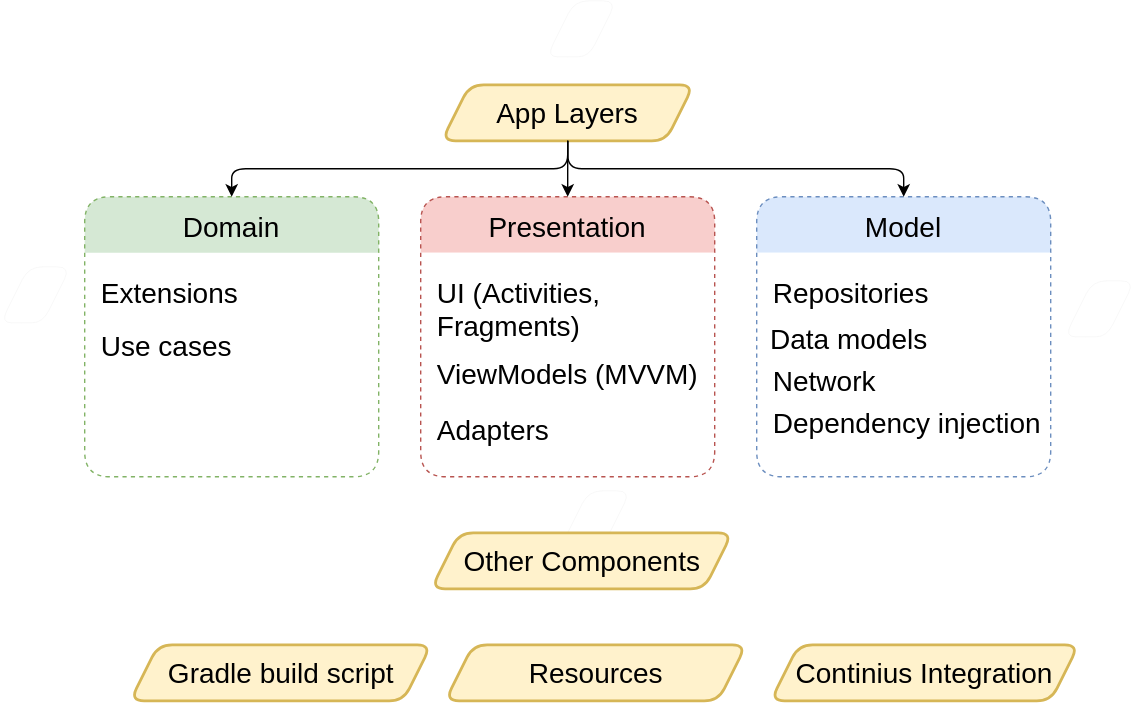
Earlier version of the draw.io export assets/layers.drawio.svg (AlbatovK/KQuiz). Source tidied: cells renumbered, new cells last; positions are measured from the earlier drawing's top-left corner, leaving out a move shared by most shapes. Its diagram source:
```xml
<mxGraphModel>
  <root>
    <mxCell id="0" />
    <mxCell id="1" parent="0" />
    <mxCell id="2" value="Domain" style="swimlane;fillStyle=solid;strokeWidth=1;fillColor=#d5e8d4;startSize=40;strokeColor=#82b366;swimlaneFillColor=none;dashed=1;fontSize=20;fontStyle=0;rounded=1;shadow=0;glass=0;swimlaneLine=0;" parent="1" vertex="1">
      <mxGeometry x="60" y="140" width="210" height="200" as="geometry" />
    </mxCell>
    <mxCell id="3" value="Extensions" style="text;html=1;strokeColor=none;fillColor=none;align=left;verticalAlign=top;whiteSpace=wrap;rounded=0;dashed=1;fillStyle=solid;fontSize=20;" parent="2" vertex="1">
      <mxGeometry x="10" y="50" width="110" height="30" as="geometry" />
    </mxCell>
    <mxCell id="4" value="Use cases" style="text;html=1;strokeColor=none;fillColor=none;align=left;verticalAlign=top;whiteSpace=wrap;rounded=0;dashed=1;fillStyle=solid;fontSize=20;labelPosition=center;verticalLabelPosition=middle;spacing=0;" parent="2" vertex="1">
      <mxGeometry x="12" y="90" width="110" height="30" as="geometry" />
    </mxCell>
    <mxCell id="5" value="Presentation" style="swimlane;fillStyle=solid;strokeWidth=1;fillColor=#f8cecc;startSize=40;strokeColor=#b85450;swimlaneFillColor=default;dashed=1;fontSize=20;fontStyle=0;swimlaneLine=0;sketch=0;rounded=1;" parent="1" vertex="1">
      <mxGeometry x="300" y="140" width="210" height="200" as="geometry" />
    </mxCell>
    <mxCell id="6" value="UI (Activities, Fragments)" style="text;html=1;strokeColor=none;fillColor=none;align=left;verticalAlign=top;whiteSpace=wrap;rounded=0;dashed=1;fillStyle=solid;fontSize=20;" parent="5" vertex="1">
      <mxGeometry x="10" y="50" width="190" height="60" as="geometry" />
    </mxCell>
    <mxCell id="7" value="ViewModels (MVVM)" style="text;html=1;strokeColor=none;fillColor=none;align=left;verticalAlign=top;whiteSpace=wrap;rounded=0;dashed=1;fillStyle=solid;fontSize=20;labelPosition=center;verticalLabelPosition=middle;spacing=0;" parent="5" vertex="1">
      <mxGeometry x="12" y="110" width="188" height="30" as="geometry" />
    </mxCell>
    <mxCell id="8" value="Adapters" style="text;html=1;strokeColor=none;fillColor=none;align=left;verticalAlign=top;whiteSpace=wrap;rounded=0;dashed=1;fillStyle=solid;fontSize=20;labelPosition=center;verticalLabelPosition=middle;spacing=0;" parent="5" vertex="1">
      <mxGeometry x="12" y="150" width="110" height="30" as="geometry" />
    </mxCell>
    <mxCell id="9" value="Model" style="swimlane;fillStyle=solid;strokeWidth=1;fillColor=#dae8fc;startSize=40;strokeColor=#6c8ebf;swimlaneFillColor=default;dashed=1;fontSize=20;fontStyle=0;swimlaneLine=0;sketch=0;rounded=1;" parent="1" vertex="1">
      <mxGeometry x="540" y="140" width="210" height="200" as="geometry" />
    </mxCell>
    <mxCell id="10" value="Repositories" style="text;html=1;strokeColor=none;fillColor=none;align=left;verticalAlign=top;whiteSpace=wrap;rounded=0;dashed=1;fillStyle=solid;fontSize=20;" parent="9" vertex="1">
      <mxGeometry x="10" y="50" width="190" height="60" as="geometry" />
    </mxCell>
    <mxCell id="11" value="Data models" style="text;html=1;strokeColor=none;fillColor=none;align=left;verticalAlign=top;whiteSpace=wrap;rounded=0;dashed=1;fillStyle=solid;fontSize=20;labelPosition=center;verticalLabelPosition=middle;spacing=0;" parent="9" vertex="1">
      <mxGeometry x="10" y="85" width="190" height="30" as="geometry" />
    </mxCell>
    <mxCell id="12" value="Network" style="text;html=1;strokeColor=none;fillColor=none;align=left;verticalAlign=top;whiteSpace=wrap;rounded=0;dashed=1;fillStyle=solid;fontSize=20;labelPosition=center;verticalLabelPosition=middle;spacing=0;" parent="9" vertex="1">
      <mxGeometry x="12" y="115" width="110" height="30" as="geometry" />
    </mxCell>
    <mxCell id="13" value="Dependency injection" style="text;html=1;strokeColor=none;fillColor=none;align=left;verticalAlign=top;whiteSpace=wrap;rounded=0;dashed=1;fillStyle=solid;fontSize=20;labelPosition=center;verticalLabelPosition=middle;spacing=0;" parent="9" vertex="1">
      <mxGeometry x="12" y="145" width="198" height="30" as="geometry" />
    </mxCell>
    <mxCell id="14" value="App Layers" style="shape=parallelogram;perimeter=parallelogramPerimeter;whiteSpace=wrap;html=1;fixedSize=1;rounded=1;shadow=0;glass=0;sketch=0;fillStyle=solid;fontSize=20;strokeColor=#d6b656;strokeWidth=2;fillColor=#fff2cc;" parent="1" vertex="1">
      <mxGeometry x="315" y="60" width="180" height="40" as="geometry" />
    </mxCell>
    <mxCell id="15" style="endArrow=classic;html=1;rounded=1;fontSize=20;exitX=0.5;exitY=1;exitDx=0;exitDy=0;entryX=0.5;entryY=0;entryDx=0;entryDy=0;" parent="1" edge="1" source="14" target="2">
      <mxGeometry relative="1" as="geometry">
        <Array as="points">
          <mxPoint x="405" y="120" />
          <mxPoint x="250" y="120" />
          <mxPoint x="165" y="120" />
        </Array>
      </mxGeometry>
    </mxCell>
    <mxCell id="16" style="endArrow=classic;html=1;rounded=1;fontSize=20;exitX=0.5;exitY=1;exitDx=0;exitDy=0;entryX=0.5;entryY=0;entryDx=0;entryDy=0;" parent="1" edge="1" source="14" target="9">
      <mxGeometry relative="1" as="geometry">
        <Array as="points">
          <mxPoint x="405" y="120" />
          <mxPoint x="645" y="120" />
        </Array>
      </mxGeometry>
    </mxCell>
    <mxCell id="17" style="endArrow=classic;html=1;rounded=1;fontSize=20;exitX=0.5;exitY=1;exitDx=0;exitDy=0;entryX=0.5;entryY=0;entryDx=0;entryDy=0;" parent="1" edge="1" source="14" target="5">
      <mxGeometry relative="1" as="geometry" />
    </mxCell>
    <mxCell id="18" style="shape=parallelogram;perimeter=parallelogramPerimeter;whiteSpace=wrap;html=1;fixedSize=1;rounded=1;shadow=0;glass=0;sketch=0;fillStyle=solid;fontSize=20;strokeColor=#CCCCCC;strokeWidth=0;fillColor=default;gradientColor=none;" parent="1" vertex="1">
      <mxGeometry y="190" width="50" height="40" as="geometry" />
    </mxCell>
    <mxCell id="19" style="shape=parallelogram;perimeter=parallelogramPerimeter;whiteSpace=wrap;html=1;fixedSize=1;rounded=1;shadow=0;glass=0;sketch=0;fillStyle=solid;fontSize=20;strokeColor=#CCCCCC;strokeWidth=0;fillColor=default;gradientColor=none;" parent="1" vertex="1">
      <mxGeometry x="760" y="200" width="50" height="40" as="geometry" />
    </mxCell>
    <mxCell id="20" style="shape=parallelogram;perimeter=parallelogramPerimeter;whiteSpace=wrap;html=1;fixedSize=1;rounded=1;shadow=0;glass=0;sketch=0;fillStyle=solid;fontSize=20;strokeColor=#CCCCCC;strokeWidth=0;fillColor=default;gradientColor=none;" parent="1" vertex="1">
      <mxGeometry x="400" y="350" width="50" height="40" as="geometry" />
    </mxCell>
    <mxCell id="21" style="shape=parallelogram;perimeter=parallelogramPerimeter;whiteSpace=wrap;html=1;fixedSize=1;rounded=1;shadow=0;glass=0;sketch=0;fillStyle=solid;fontSize=20;strokeColor=#CCCCCC;strokeWidth=0;fillColor=default;gradientColor=none;" parent="1" vertex="1">
      <mxGeometry x="390" width="50" height="40" as="geometry" />
    </mxCell>
    <mxCell id="22" value="Other Components" style="shape=parallelogram;perimeter=parallelogramPerimeter;whiteSpace=wrap;html=1;fixedSize=1;rounded=1;shadow=0;glass=0;sketch=0;fillStyle=solid;fontSize=20;strokeColor=#d6b656;strokeWidth=2;fillColor=#fff2cc;" parent="1" vertex="1">
      <mxGeometry x="307.5" y="380" width="215" height="40" as="geometry" />
    </mxCell>
    <mxCell id="23" value="Gradle build script&lt;span style=&quot;color: rgba(0 , 0 , 0 , 0) ; font-family: monospace ; font-size: 0px&quot;&gt;%3CmxGraphModel%3E%3Croot%3E%3CmxCell%20id%3D%220%22%2F%3E%3CmxCell%20id%3D%221%22%20parent%3D%220%22%2F%3E%3CmxCell%20id%3D%222%22%20value%3D%22Other%20Components%22%20style%3D%22shape%3Dparallelogram%3Bperimeter%3DparallelogramPerimeter%3BwhiteSpace%3Dwrap%3Bhtml%3D1%3BfixedSize%3D1%3Brounded%3D1%3Bshadow%3D0%3Bglass%3D0%3Bsketch%3D0%3BfillStyle%3Dsolid%3BfontSize%3D20%3BstrokeColor%3D%23d6b656%3BstrokeWidth%3D2%3BfillColor%3D%23fff2cc%3B%22%20vertex%3D%221%22%20parent%3D%221%22%3E%3CmxGeometry%20x%3D%22257.5%22%20y%3D%22310%22%20width%3D%22215%22%20height%3D%2240%22%20as%3D%22geometry%22%2F%3E%3C%2FmxCell%3E%3C%2Froot%3E%3C%2FmxGraphModel%3E&lt;/span&gt;&lt;span style=&quot;color: rgba(0 , 0 , 0 , 0) ; font-family: monospace ; font-size: 0px&quot;&gt;%3CmxGraphModel%3E%3Croot%3E%3CmxCell%20id%3D%220%22%2F%3E%3CmxCell%20id%3D%221%22%20parent%3D%220%22%2F%3E%3CmxCell%20id%3D%222%22%20value%3D%22Other%20Components%22%20style%3D%22shape%3Dparallelogram%3Bperimeter%3DparallelogramPerimeter%3BwhiteSpace%3Dwrap%3Bhtml%3D1%3BfixedSize%3D1%3Brounded%3D1%3Bshadow%3D0%3Bglass%3D0%3Bsketch%3D0%3BfillStyle%3Dsolid%3BfontSize%3D20%3BstrokeColor%3D%23d6b656%3BstrokeWidth%3D2%3BfillColor%3D%23fff2cc%3B%22%20vertex%3D%221%22%20parent%3D%221%22%3E%3CmxGeometry%20x%3D%22257.5%22%20y%3D%22310%22%20width%3D%22215%22%20height%3D%2240%22%20as%3D%22geometry%22%2F%3E%3C%2FmxCell%3E%3C%2Froot%3E%3C%2FmxGraphModel%3E&lt;/span&gt;" style="shape=parallelogram;perimeter=parallelogramPerimeter;whiteSpace=wrap;html=1;fixedSize=1;rounded=1;shadow=0;glass=0;sketch=0;fillStyle=solid;fontSize=20;strokeColor=#d6b656;strokeWidth=2;fillColor=#fff2cc;" parent="1" vertex="1">
      <mxGeometry x="92.5" y="460" width="215" height="40" as="geometry" />
    </mxCell>
    <mxCell id="24" value="Resources" style="shape=parallelogram;perimeter=parallelogramPerimeter;whiteSpace=wrap;html=1;fixedSize=1;rounded=1;shadow=0;glass=0;sketch=0;fillStyle=solid;fontSize=20;strokeColor=#d6b656;strokeWidth=2;fillColor=#fff2cc;" parent="1" vertex="1">
      <mxGeometry x="317.5" y="460" width="215" height="40" as="geometry" />
    </mxCell>
    <mxCell id="25" value="Continius Integration" style="shape=parallelogram;perimeter=parallelogramPerimeter;whiteSpace=wrap;html=1;fixedSize=1;rounded=1;shadow=0;glass=0;sketch=0;fillStyle=solid;fontSize=20;strokeColor=#d6b656;strokeWidth=2;fillColor=#fff2cc;" parent="1" vertex="1">
      <mxGeometry x="550" y="460" width="220" height="40" as="geometry" />
    </mxCell>
  </root>
</mxGraphModel>
```
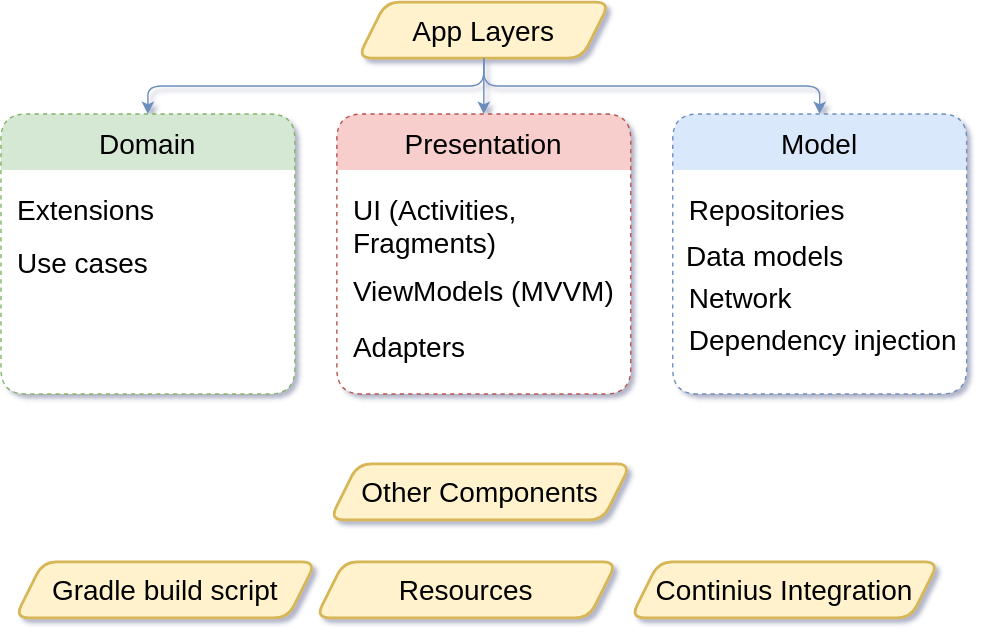
The same diagram one commit later.

Commit message:
:art: Assets fix # 5

Diff of the diagram source:
```diff
@@ -1,8 +1,8 @@
-<mxGraphModel>
+<mxGraphModel shadow="1">
   <root>
     <mxCell id="0" />
     <mxCell id="1" parent="0" />
-    <mxCell id="2" value="Domain" style="swimlane;fillStyle=solid;strokeWidth=1;fillColor=#d5e8d4;startSize=40;strokeColor=#82b366;swimlaneFillColor=none;dashed=1;fontSize=20;fontStyle=0;rounded=1;shadow=0;glass=0;swimlaneLine=0;" parent="1" vertex="1">
+    <mxCell id="2" value="Domain" style="swimlane;fillStyle=solid;strokeWidth=1;fillColor=#d5e8d4;startSize=40;strokeColor=#82b366;swimlaneFillColor=default;dashed=1;fontSize=20;fontStyle=0;rounded=1;shadow=0;glass=0;swimlaneLine=0;" parent="1" vertex="1">
       <mxGeometry x="60" y="140" width="210" height="200" as="geometry" />
     </mxCell>
     <mxCell id="3" value="Extensions" style="text;html=1;strokeColor=none;fillColor=none;align=left;verticalAlign=top;whiteSpace=wrap;rounded=0;dashed=1;fillStyle=solid;fontSize=20;" parent="2" vertex="1">
@@ -41,7 +41,7 @@
     <mxCell id="14" value="App Layers" style="shape=parallelogram;perimeter=parallelogramPerimeter;whiteSpace=wrap;html=1;fixedSize=1;rounded=1;shadow=0;glass=0;sketch=0;fillStyle=solid;fontSize=20;strokeColor=#d6b656;strokeWidth=2;fillColor=#fff2cc;" parent="1" vertex="1">
       <mxGeometry x="315" y="60" width="180" height="40" as="geometry" />
     </mxCell>
-    <mxCell id="15" style="endArrow=classic;html=1;rounded=1;fontSize=20;exitX=0.5;exitY=1;exitDx=0;exitDy=0;entryX=0.5;entryY=0;entryDx=0;entryDy=0;" parent="1" edge="1" source="14" target="2">
+    <mxCell id="15" style="endArrow=classic;html=1;rounded=1;fontSize=20;exitX=0.5;exitY=1;exitDx=0;exitDy=0;entryX=0.5;entryY=0;entryDx=0;entryDy=0;fillColor=#dae8fc;strokeColor=#6c8ebf;" parent="1" edge="1" source="14" target="2">
       <mxGeometry relative="1" as="geometry">
         <Array as="points">
           <mxPoint x="405" y="120" />
@@ -50,7 +50,7 @@
         </Array>
       </mxGeometry>
     </mxCell>
-    <mxCell id="16" style="endArrow=classic;html=1;rounded=1;fontSize=20;exitX=0.5;exitY=1;exitDx=0;exitDy=0;entryX=0.5;entryY=0;entryDx=0;entryDy=0;" parent="1" edge="1" source="14" target="9">
+    <mxCell id="16" style="endArrow=classic;html=1;rounded=1;fontSize=20;exitX=0.5;exitY=1;exitDx=0;exitDy=0;entryX=0.5;entryY=0;entryDx=0;entryDy=0;fillColor=#dae8fc;strokeColor=#6c8ebf;" parent="1" edge="1" source="14" target="9">
       <mxGeometry relative="1" as="geometry">
         <Array as="points">
           <mxPoint x="405" y="120" />
@@ -58,32 +58,20 @@
         </Array>
       </mxGeometry>
     </mxCell>
-    <mxCell id="17" style="endArrow=classic;html=1;rounded=1;fontSize=20;exitX=0.5;exitY=1;exitDx=0;exitDy=0;entryX=0.5;entryY=0;entryDx=0;entryDy=0;" parent="1" edge="1" source="14" target="5">
+    <mxCell id="17" style="endArrow=classic;html=1;rounded=1;fontSize=20;exitX=0.5;exitY=1;exitDx=0;exitDy=0;entryX=0.5;entryY=0;entryDx=0;entryDy=0;fillColor=#dae8fc;strokeColor=#6c8ebf;" parent="1" edge="1" source="14" target="5">
       <mxGeometry relative="1" as="geometry" />
     </mxCell>
-    <mxCell id="18" style="shape=parallelogram;perimeter=parallelogramPerimeter;whiteSpace=wrap;html=1;fixedSize=1;rounded=1;shadow=0;glass=0;sketch=0;fillStyle=solid;fontSize=20;strokeColor=#CCCCCC;strokeWidth=0;fillColor=default;gradientColor=none;" parent="1" vertex="1">
-      <mxGeometry y="190" width="50" height="40" as="geometry" />
-    </mxCell>
-    <mxCell id="19" style="shape=parallelogram;perimeter=parallelogramPerimeter;whiteSpace=wrap;html=1;fixedSize=1;rounded=1;shadow=0;glass=0;sketch=0;fillStyle=solid;fontSize=20;strokeColor=#CCCCCC;strokeWidth=0;fillColor=default;gradientColor=none;" parent="1" vertex="1">
-      <mxGeometry x="760" y="200" width="50" height="40" as="geometry" />
-    </mxCell>
-    <mxCell id="20" style="shape=parallelogram;perimeter=parallelogramPerimeter;whiteSpace=wrap;html=1;fixedSize=1;rounded=1;shadow=0;glass=0;sketch=0;fillStyle=solid;fontSize=20;strokeColor=#CCCCCC;strokeWidth=0;fillColor=default;gradientColor=none;" parent="1" vertex="1">
-      <mxGeometry x="400" y="350" width="50" height="40" as="geometry" />
-    </mxCell>
-    <mxCell id="21" style="shape=parallelogram;perimeter=parallelogramPerimeter;whiteSpace=wrap;html=1;fixedSize=1;rounded=1;shadow=0;glass=0;sketch=0;fillStyle=solid;fontSize=20;strokeColor=#CCCCCC;strokeWidth=0;fillColor=default;gradientColor=none;" parent="1" vertex="1">
-      <mxGeometry x="390" width="50" height="40" as="geometry" />
-    </mxCell>
     <mxCell id="22" value="Other Components" style="shape=parallelogram;perimeter=parallelogramPerimeter;whiteSpace=wrap;html=1;fixedSize=1;rounded=1;shadow=0;glass=0;sketch=0;fillStyle=solid;fontSize=20;strokeColor=#d6b656;strokeWidth=2;fillColor=#fff2cc;" parent="1" vertex="1">
-      <mxGeometry x="307.5" y="380" width="215" height="40" as="geometry" />
+      <mxGeometry x="295" y="390" width="215" height="40" as="geometry" />
     </mxCell>
     <mxCell id="23" value="Gradle build script&lt;span style=&quot;color: rgba(0 , 0 , 0 , 0) ; font-family: monospace ; font-size: 0px&quot;&gt;%3CmxGraphModel%3E%3Croot%3E%3CmxCell%20id%3D%220%22%2F%3E%3CmxCell%20id%3D%221%22%20parent%3D%220%22%2F%3E%3CmxCell%20id%3D%222%22%20value%3D%22Other%20Components%22%20style%3D%22shape%3Dparallelogram%3Bperimeter%3DparallelogramPerimeter%3BwhiteSpace%3Dwrap%3Bhtml%3D1%3BfixedSize%3D1%3Brounded%3D1%3Bshadow%3D0%3Bglass%3D0%3Bsketch%3D0%3BfillStyle%3Dsolid%3BfontSize%3D20%3BstrokeColor%3D%23d6b656%3BstrokeWidth%3D2%3BfillColor%3D%23fff2cc%3B%22%20vertex%3D%221%22%20parent%3D%221%22%3E%3CmxGeometry%20x%3D%22257.5%22%20y%3D%22310%22%20width%3D%22215%22%20height%3D%2240%22%20as%3D%22geometry%22%2F%3E%3C%2FmxCell%3E%3C%2Froot%3E%3C%2FmxGraphModel%3E&lt;/span&gt;&lt;span style=&quot;color: rgba(0 , 0 , 0 , 0) ; font-family: monospace ; font-size: 0px&quot;&gt;%3CmxGraphModel%3E%3Croot%3E%3CmxCell%20id%3D%220%22%2F%3E%3CmxCell%20id%3D%221%22%20parent%3D%220%22%2F%3E%3CmxCell%20id%3D%222%22%20value%3D%22Other%20Components%22%20style%3D%22shape%3Dparallelogram%3Bperimeter%3DparallelogramPerimeter%3BwhiteSpace%3Dwrap%3Bhtml%3D1%3BfixedSize%3D1%3Brounded%3D1%3Bshadow%3D0%3Bglass%3D0%3Bsketch%3D0%3BfillStyle%3Dsolid%3BfontSize%3D20%3BstrokeColor%3D%23d6b656%3BstrokeWidth%3D2%3BfillColor%3D%23fff2cc%3B%22%20vertex%3D%221%22%20parent%3D%221%22%3E%3CmxGeometry%20x%3D%22257.5%22%20y%3D%22310%22%20width%3D%22215%22%20height%3D%2240%22%20as%3D%22geometry%22%2F%3E%3C%2FmxCell%3E%3C%2Froot%3E%3C%2FmxGraphModel%3E&lt;/span&gt;" style="shape=parallelogram;perimeter=parallelogramPerimeter;whiteSpace=wrap;html=1;fixedSize=1;rounded=1;shadow=0;glass=0;sketch=0;fillStyle=solid;fontSize=20;strokeColor=#d6b656;strokeWidth=2;fillColor=#fff2cc;" parent="1" vertex="1">
-      <mxGeometry x="92.5" y="460" width="215" height="40" as="geometry" />
+      <mxGeometry x="70" y="460" width="215" height="40" as="geometry" />
     </mxCell>
-    <mxCell id="24" value="Resources" style="shape=parallelogram;perimeter=parallelogramPerimeter;whiteSpace=wrap;html=1;fixedSize=1;rounded=1;shadow=0;glass=0;sketch=0;fillStyle=solid;fontSize=20;strokeColor=#d6b656;strokeWidth=2;fillColor=#fff2cc;" parent="1" vertex="1">
-      <mxGeometry x="317.5" y="460" width="215" height="40" as="geometry" />
+    <mxCell id="24" value="Resources" style="shape=parallelogram;perimeter=rectanglePerimeter;whiteSpace=wrap;html=1;fixedSize=1;rounded=1;shadow=0;glass=0;sketch=0;fillStyle=solid;fontSize=20;strokeColor=#d6b656;strokeWidth=2;fillColor=#fff2cc;" parent="1" vertex="1">
+      <mxGeometry x="285" y="460" width="215" height="40" as="geometry" />
     </mxCell>
     <mxCell id="25" value="Continius Integration" style="shape=parallelogram;perimeter=parallelogramPerimeter;whiteSpace=wrap;html=1;fixedSize=1;rounded=1;shadow=0;glass=0;sketch=0;fillStyle=solid;fontSize=20;strokeColor=#d6b656;strokeWidth=2;fillColor=#fff2cc;" parent="1" vertex="1">
-      <mxGeometry x="550" y="460" width="220" height="40" as="geometry" />
+      <mxGeometry x="510" y="460" width="220" height="40" as="geometry" />
     </mxCell>
   </root>
 </mxGraphModel>
```
